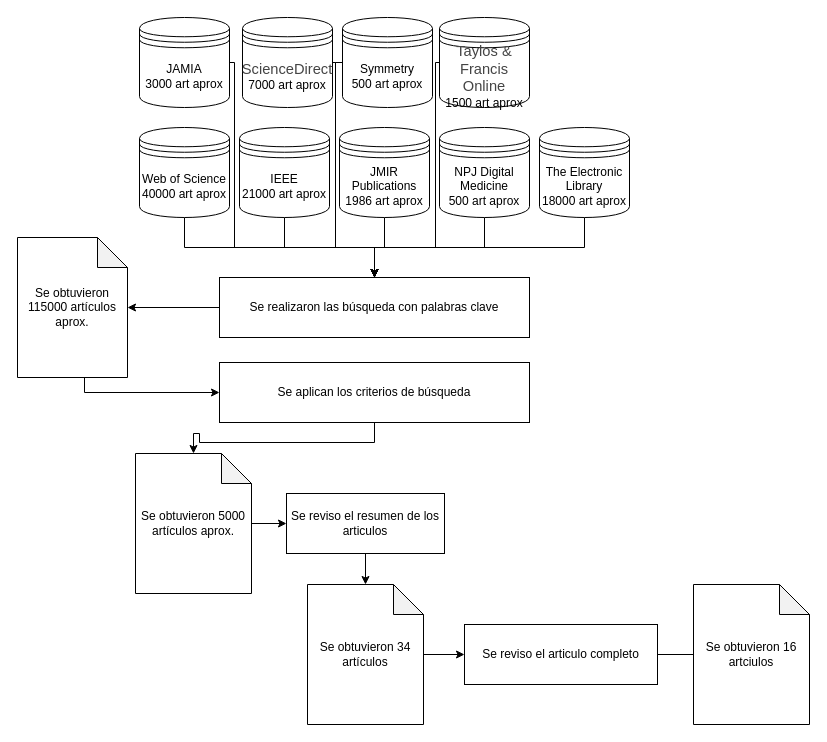
Before: myflow.drawio in gianpierreVelasquez/chatbot-python, a draw.io diagram. Source tidied: cells renumbered, new cells numbered last; positions are measured from the earlier drawing's top-left corner, leaving out a move shared by most shapes. Both pictures are drawn from the tidied source at 100%, with x=0, y=0 at pixel (17, 17).
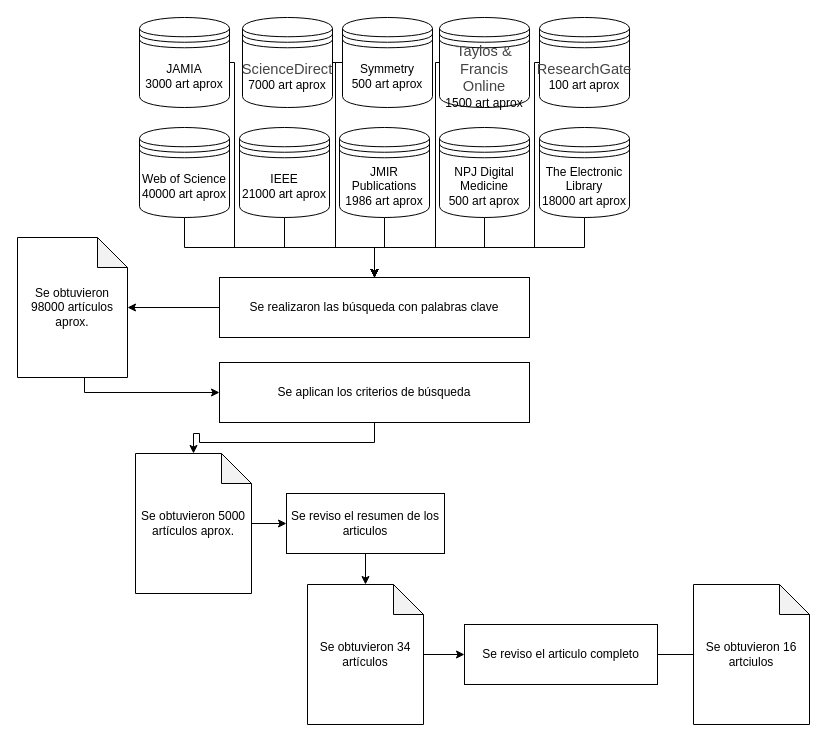
The same diagram, later.

The change refers to these unchanged cells:
```xml
<mxCell id="13" value="Se realizaron las búsqueda con palabras clave" style="rounded=0;whiteSpace=wrap;html=1;" parent="1" vertex="1">
  <mxGeometry x="202" y="260" width="310" height="60" as="geometry" />
</mxCell>
```

Diff of the diagram source:
```diff
@@
-    <mxCell id="15" value="Se obtuvieron 115000 artículos aprox." style="shape=note;whiteSpace=wrap;html=1;backgroundOutline=1;darkOpacity=0.05;" parent="1" vertex="1">
+    <mxCell id="15" value="Se obtuvieron 98000 artículos aprox." style="shape=note;whiteSpace=wrap;html=1;backgroundOutline=1;darkOpacity=0.05;" parent="1" vertex="1">
       <mxGeometry y="220" width="110" height="140" as="geometry" />
     </mxCell>
@@
+    <mxCell id="35" style="edgeStyle=orthogonalEdgeStyle;rounded=0;jettySize=auto;html=1;" parent="1" edge="1" source="36" target="13">
+      <mxGeometry relative="1" as="geometry">
+        <Array as="points">
+          <mxPoint x="517" y="45" />
+          <mxPoint x="517" y="230" />
+          <mxPoint x="357" y="230" />
+        </Array>
+      </mxGeometry>
+    </mxCell>
+    <mxCell id="36" value="&lt;div&gt;&lt;span style=&quot;font-size: 14.6667px&quot;&gt;&lt;font color=&quot;#444444&quot; face=&quot;calibri, sans-serif, mongolian baiti, microsoft yi baiti, javanese text, yu gothic&quot;&gt;ResearchGate&lt;/font&gt;&lt;/span&gt;&lt;/div&gt;100 art aprox" style="shape=datastore;whiteSpace=wrap;html=1;align=center;" parent="1" vertex="1">
+      <mxGeometry x="522" width="90" height="90" as="geometry" />
+    </mxCell>
```
